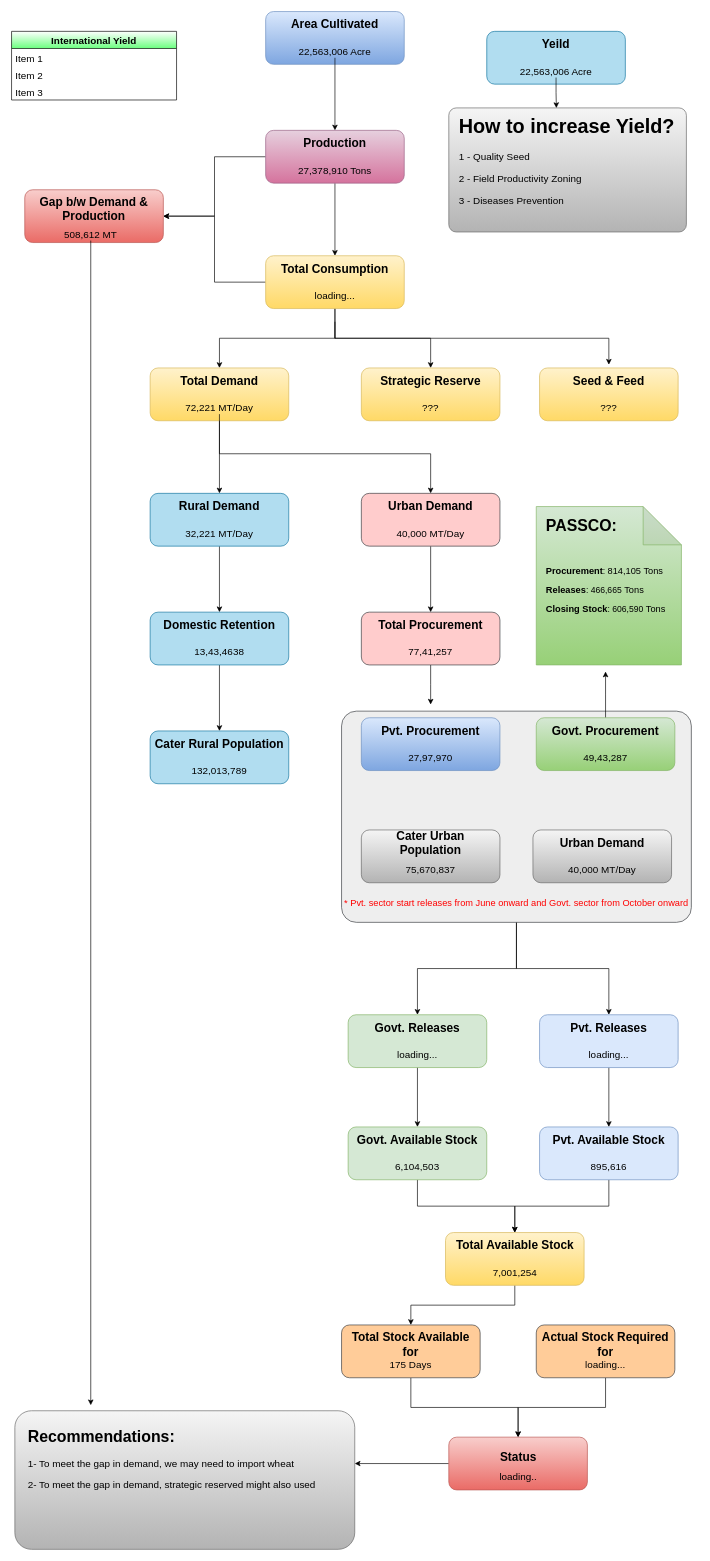
This is flowchart.drawio from MNFSR/drawio, a draw.io file, before an edit. Source tidied: cells renumbered, new cells numbered last; positions are measured from the earlier drawing's top-left corner, leaving out a move shared by most shapes. Both pictures are drawn from the tidied source at 66%, with x=0, y=0 at pixel (11, 11).
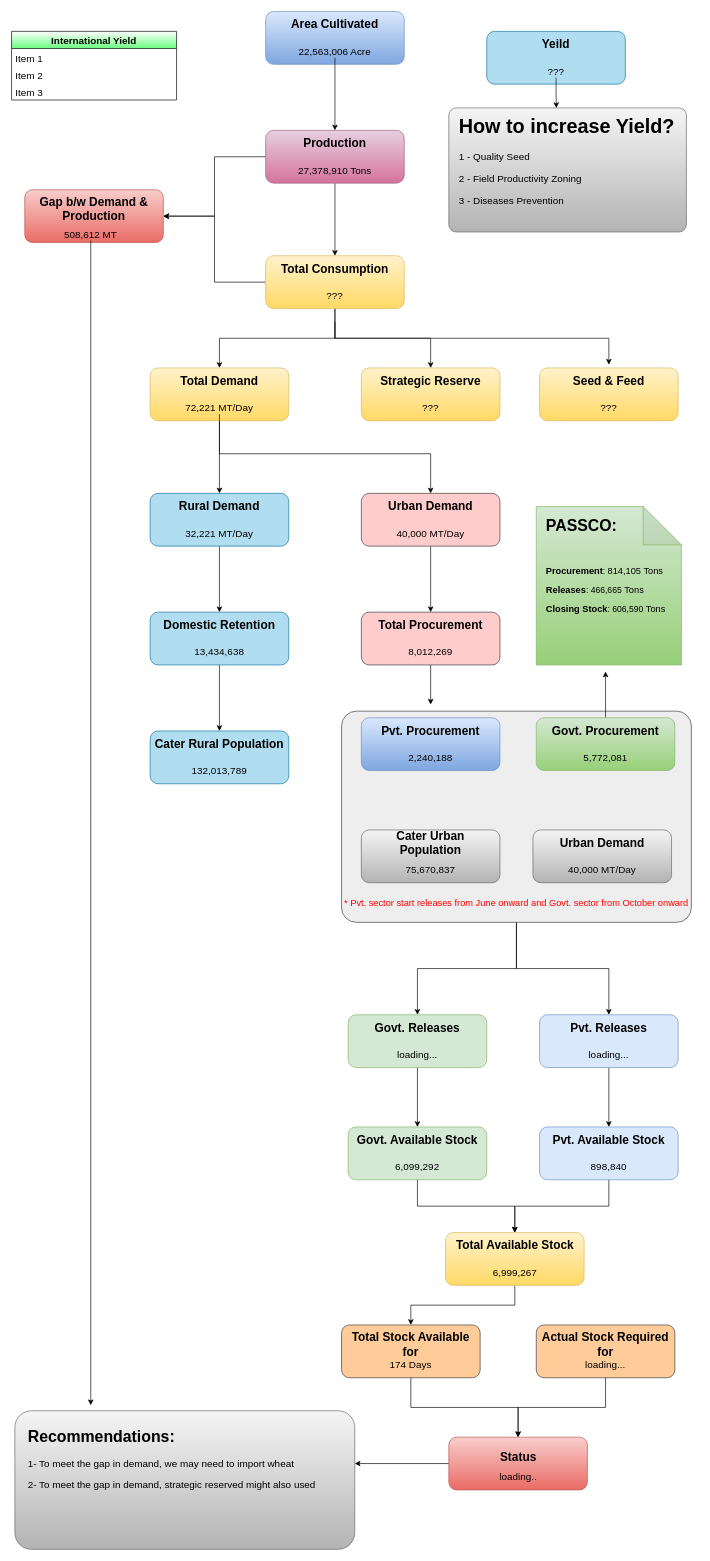
The same diagram, later.

What changed in the source:
```diff
@@
-    <mxCell id="20" value="&lt;font style=&quot;font-size: 15px&quot;&gt;loading...&lt;/font&gt;" style="text;html=1;strokeColor=none;fillColor=none;align=center;verticalAlign=middle;whiteSpace=wrap;rounded=0;" parent="1" vertex="1">
+    <mxCell id="20" value="&lt;font style=&quot;font-size: 15px&quot;&gt;???&lt;/font&gt;" style="text;html=1;strokeColor=none;fillColor=none;align=center;verticalAlign=middle;whiteSpace=wrap;rounded=0;" parent="1" vertex="1">
       <mxGeometry x="395" y="420" width="190" height="20" as="geometry" />
     </mxCell>
@@
-    <mxCell id="45" value="&lt;font style=&quot;font-size: 15px&quot;&gt;13,43,4638&lt;/font&gt;" style="text;html=1;strokeColor=none;fillColor=none;align=center;verticalAlign=middle;whiteSpace=wrap;rounded=0;" parent="1" vertex="1">
+    <mxCell id="45" value="&lt;font style=&quot;font-size: 15px&quot;&gt;13,434,638&lt;/font&gt;" style="text;html=1;strokeColor=none;fillColor=none;align=center;verticalAlign=middle;whiteSpace=wrap;rounded=0;" parent="1" vertex="1">
       <mxGeometry x="220" y="960" width="190" height="20" as="geometry" />
     </mxCell>
@@
-    <mxCell id="52" value="&lt;font style=&quot;font-size: 15px&quot;&gt;77,41,257&lt;/font&gt;" style="text;html=1;strokeColor=none;fillColor=none;align=center;verticalAlign=middle;whiteSpace=wrap;rounded=0;" parent="1" vertex="1">
+    <mxCell id="52" value="&lt;span style=&quot;font-size: 15px&quot;&gt;8,012,269&lt;/span&gt;" style="text;html=1;strokeColor=none;fillColor=none;align=center;verticalAlign=middle;whiteSpace=wrap;rounded=0;" parent="1" vertex="1">
       <mxGeometry x="540" y="960" width="190" height="20" as="geometry" />
     </mxCell>
@@
-    <mxCell id="56" value="&lt;font style=&quot;font-size: 15px&quot;&gt;49,43,287&lt;/font&gt;" style="text;html=1;strokeColor=none;fillColor=none;align=center;verticalAlign=middle;whiteSpace=wrap;rounded=0;" parent="1" vertex="1">
+    <mxCell id="56" value="&lt;span style=&quot;font-size: 15px&quot;&gt;5,772,081&lt;/span&gt;" style="text;html=1;strokeColor=none;fillColor=none;align=center;verticalAlign=middle;whiteSpace=wrap;rounded=0;" parent="1" vertex="1">
       <mxGeometry x="805" y="1120" width="190" height="20" as="geometry" />
     </mxCell>
@@
-    <mxCell id="59" value="&lt;font style=&quot;font-size: 15px&quot;&gt;27,97,970&lt;/font&gt;" style="text;html=1;strokeColor=none;fillColor=none;align=center;verticalAlign=middle;whiteSpace=wrap;rounded=0;" parent="1" vertex="1">
+    <mxCell id="59" value="&lt;span style=&quot;font-size: 15px&quot;&gt;2,240,188&lt;/span&gt;" style="text;html=1;strokeColor=none;fillColor=none;align=center;verticalAlign=middle;whiteSpace=wrap;rounded=0;" parent="1" vertex="1">
       <mxGeometry x="540" y="1120" width="190" height="20" as="geometry" />
     </mxCell>
@@
-    <mxCell id="78" value="&lt;font style=&quot;font-size: 15px&quot;&gt;6,104,503&lt;/font&gt;" style="text;html=1;strokeColor=none;fillColor=none;align=center;verticalAlign=middle;whiteSpace=wrap;rounded=0;" parent="1" vertex="1">
+    <mxCell id="78" value="&lt;font style=&quot;font-size: 15px&quot;&gt;6,099,292&lt;/font&gt;" style="text;html=1;strokeColor=none;fillColor=none;align=center;verticalAlign=middle;whiteSpace=wrap;rounded=0;" parent="1" vertex="1">
       <mxGeometry x="520" y="1740" width="190" height="20" as="geometry" />
     </mxCell>
@@
-    <mxCell id="82" value="&lt;font style=&quot;font-size: 15px&quot;&gt;895,616&lt;/font&gt;" style="text;html=1;strokeColor=none;fillColor=none;align=center;verticalAlign=middle;whiteSpace=wrap;rounded=0;" parent="1" vertex="1">
+    <mxCell id="82" value="&lt;font style=&quot;font-size: 15px&quot;&gt;898,840&lt;/font&gt;" style="text;html=1;strokeColor=none;fillColor=none;align=center;verticalAlign=middle;whiteSpace=wrap;rounded=0;" parent="1" vertex="1">
       <mxGeometry x="810" y="1740" width="190" height="20" as="geometry" />
     </mxCell>
@@
-    <mxCell id="86" value="&lt;font style=&quot;font-size: 15px&quot;&gt;7,001,254&lt;/font&gt;" style="text;html=1;strokeColor=none;fillColor=none;align=center;verticalAlign=middle;whiteSpace=wrap;rounded=0;" parent="1" vertex="1">
+    <mxCell id="86" value="&lt;font style=&quot;font-size: 15px&quot;&gt;6,999,267&lt;/font&gt;" style="text;html=1;strokeColor=none;fillColor=none;align=center;verticalAlign=middle;whiteSpace=wrap;rounded=0;" parent="1" vertex="1">
       <mxGeometry x="667.5" y="1900" width="190" height="20" as="geometry" />
     </mxCell>
@@
-    <mxCell id="90" value="&lt;font style=&quot;font-size: 15px&quot;&gt;175 Days&lt;/font&gt;" style="text;html=1;strokeColor=none;fillColor=none;align=center;verticalAlign=middle;whiteSpace=wrap;rounded=0;" parent="1" vertex="1">
+    <mxCell id="90" value="&lt;font style=&quot;font-size: 15px&quot;&gt;174 Days&lt;/font&gt;" style="text;html=1;strokeColor=none;fillColor=none;align=center;verticalAlign=middle;whiteSpace=wrap;rounded=0;" parent="1" vertex="1">
       <mxGeometry x="510" y="2040" width="190" height="20" as="geometry" />
     </mxCell>
@@
-    <mxCell id="114" value="&lt;font style=&quot;font-size: 15px&quot;&gt;22,563,006 Acre&lt;/font&gt;" style="text;html=1;strokeColor=none;fillColor=none;align=center;verticalAlign=middle;whiteSpace=wrap;rounded=0;" parent="1" vertex="1">
+    <mxCell id="114" value="&lt;font style=&quot;font-size: 15px&quot;&gt;???&lt;/font&gt;" style="text;html=1;strokeColor=none;fillColor=none;align=center;verticalAlign=middle;whiteSpace=wrap;rounded=0;" parent="1" vertex="1">
       <mxGeometry x="730" y="80" width="190" height="20" as="geometry" />
     </mxCell>
```
